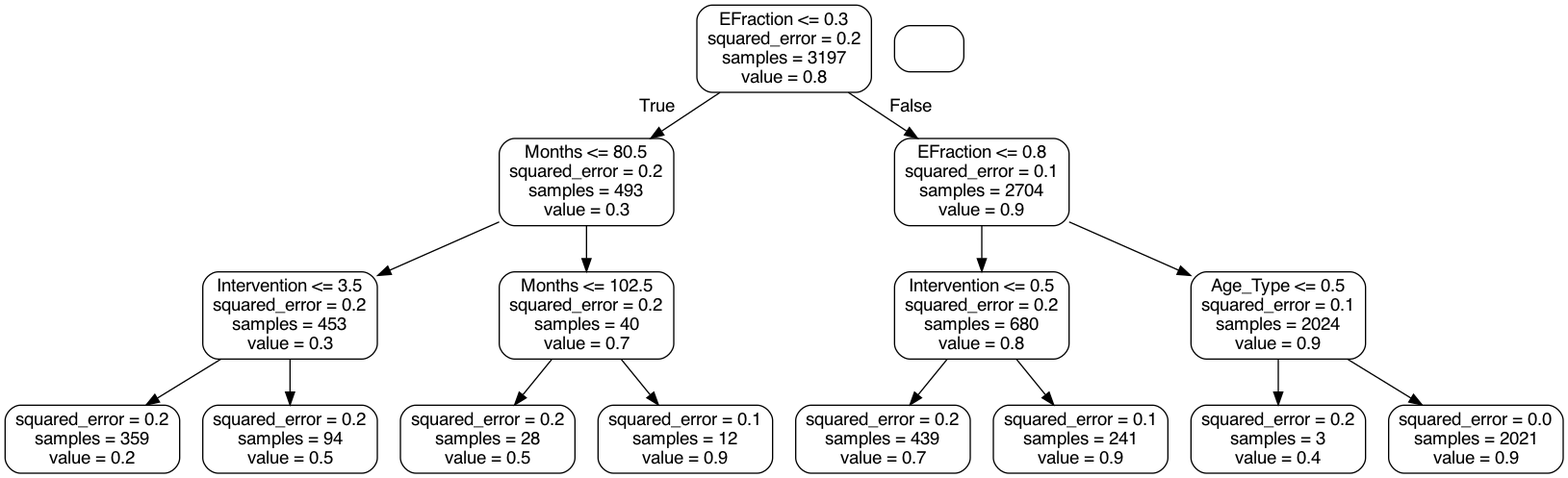
DGulati/Erdos_2022_ClinicalTrialsProject keeps this Graphviz diagram as small_tree.png. Above is the earlier version. Its source is kept beside it as small_tree.dot.
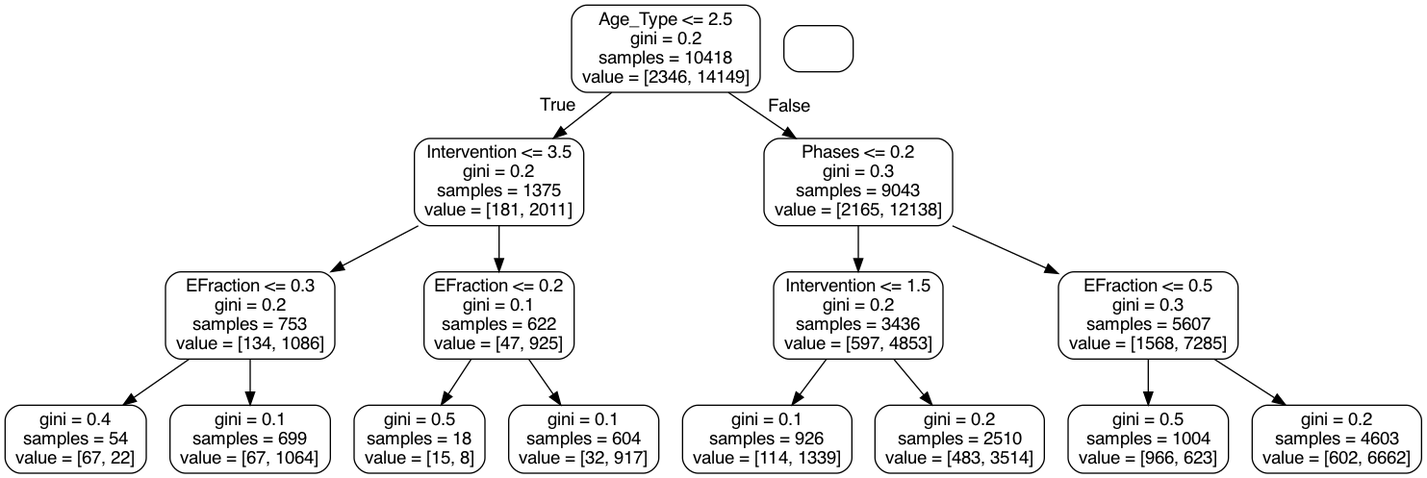
After the change.

The edit, as a diff of the source:
```diff
@@ -1,33 +1,33 @@
 digraph Tree {
 node [shape=box, style="rounded", color="black", fontname="helvetica"] ;
 edge [fontname="helvetica"] ;
-0 [label="EFraction <= 0.3\nsquared_error = 0.2\nsamples = 3197\nvalue = 0.8"] ;
-1 [label="Months <= 80.5\nsquared_error = 0.2\nsamples = 493\nvalue = 0.3"] ;
+0 [label="Age_Type <= 2.5\ngini = 0.2\nsamples = 10418\nvalue = [2346, 14149]"] ;
+1 [label="Intervention <= 3.5\ngini = 0.2\nsamples = 1375\nvalue = [181, 2011]"] ;
 0 -> 1 [labeldistance=2.5, labelangle=45, headlabel="True"] ;
-2 [label="Intervention <= 3.5\nsquared_error = 0.2\nsamples = 453\nvalue = 0.3"] ;
+2 [label="EFraction <= 0.3\ngini = 0.2\nsamples = 753\nvalue = [134, 1086]"] ;
 1 -> 2 ;
-3 [label="squared_error = 0.2\nsamples = 359\nvalue = 0.2"] ;
+3 [label="gini = 0.4\nsamples = 54\nvalue = [67, 22]"] ;
 2 -> 3 ;
-4 [label="squared_error = 0.2\nsamples = 94\nvalue = 0.5"] ;
+4 [label="gini = 0.1\nsamples = 699\nvalue = [67, 1064]"] ;
 2 -> 4 ;
-5 [label="Months <= 102.5\nsquared_error = 0.2\nsamples = 40\nvalue = 0.7"] ;
+5 [label="EFraction <= 0.2\ngini = 0.1\nsamples = 622\nvalue = [47, 925]"] ;
 1 -> 5 ;
-6 [label="squared_error = 0.2\nsamples = 28\nvalue = 0.5"] ;
+6 [label="gini = 0.5\nsamples = 18\nvalue = [15, 8]"] ;
 5 -> 6 ;
-7 [label="squared_error = 0.1\nsamples = 12\nvalue = 0.9"] ;
+7 [label="gini = 0.1\nsamples = 604\nvalue = [32, 917]"] ;
 5 -> 7 ;
-8 [label="EFraction <= 0.8\nsquared_error = 0.1\nsamples = 2704\nvalue = 0.9"] ;
+8 [label="Phases <= 0.2\ngini = 0.3\nsamples = 9043\nvalue = [2165, 12138]"] ;
 0 -> 8 [labeldistance=2.5, labelangle=-45, headlabel="False"] ;
-9 [label="Intervention <= 0.5\nsquared_error = 0.2\nsamples = 680\nvalue = 0.8"] ;
+9 [label="Intervention <= 1.5\ngini = 0.2\nsamples = 3436\nvalue = [597, 4853]"] ;
 8 -> 9 ;
-10 [label="squared_error = 0.2\nsamples = 439\nvalue = 0.7"] ;
+10 [label="gini = 0.1\nsamples = 926\nvalue = [114, 1339]"] ;
 9 -> 10 ;
-11 [label="squared_error = 0.1\nsamples = 241\nvalue = 0.9"] ;
+11 [label="gini = 0.2\nsamples = 2510\nvalue = [483, 3514]"] ;
 9 -> 11 ;
-12 [label="Age_Type <= 0.5\nsquared_error = 0.1\nsamples = 2024\nvalue = 0.9"] ;
+12 [label="EFraction <= 0.5\ngini = 0.3\nsamples = 5607\nvalue = [1568, 7285]"] ;
 8 -> 12 ;
-13 [label="squared_error = 0.2\nsamples = 3\nvalue = 0.4"] ;
+13 [label="gini = 0.5\nsamples = 1004\nvalue = [966, 623]"] ;
 12 -> 13 ;
-14 [label="squared_error = 0.0\nsamples = 2021\nvalue = 0.9"] ;
+14 [label="gini = 0.2\nsamples = 4603\nvalue = [602, 6662]"] ;
 12 -> 14 ;
 }
```
